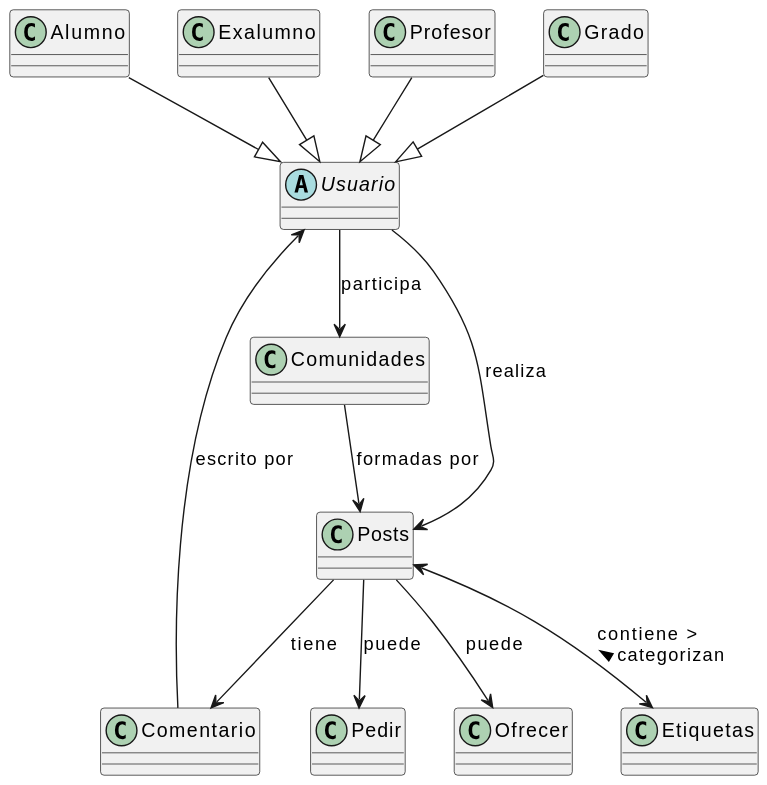
Above: images/modelosUML/modelosUML/Diagrama_Entidades.svg in mmasias/24-25-IdSw1-SDR (PlantUML), before the change.
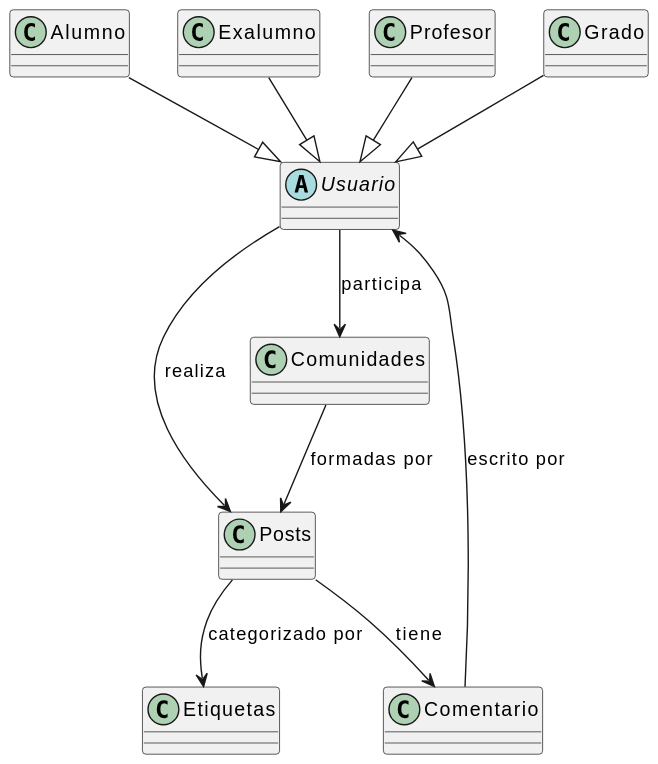
Above is the later version.

Commit message:
Removida de ofrecer y pedir

he quitado las entidades ofrecer y pedir pues puede que no sea suficientemente reelevantes como entidades, sino como tipos de posts (esto es negociable, eh, no lo he escrito en ws por que igual y por la hora igual y no os va bien una noti)

Diff of the diagram source:
```diff
@@ -8,8 +8,6 @@
 class Comunidades
 class Etiquetas
 class Comentario
-class "Pedir"
-class "Ofrecer"
 
 Alumno --|> Usuario
 Exalumno --|> Usuario
@@ -19,9 +17,7 @@
 Usuario --> Posts : realiza
 Usuario --> Comunidades : participa
 Comunidades --> Posts : formadas por
-Posts --> "Pedir" : puede
-Posts --> "Ofrecer" : puede
-Posts <--> Etiquetas : "contiene >     \n< categorizan"
+Posts --> Etiquetas : categorizado por
 Posts --> Comentario : tiene
 Comentario --> Usuario : escrito por
 @enduml
```
